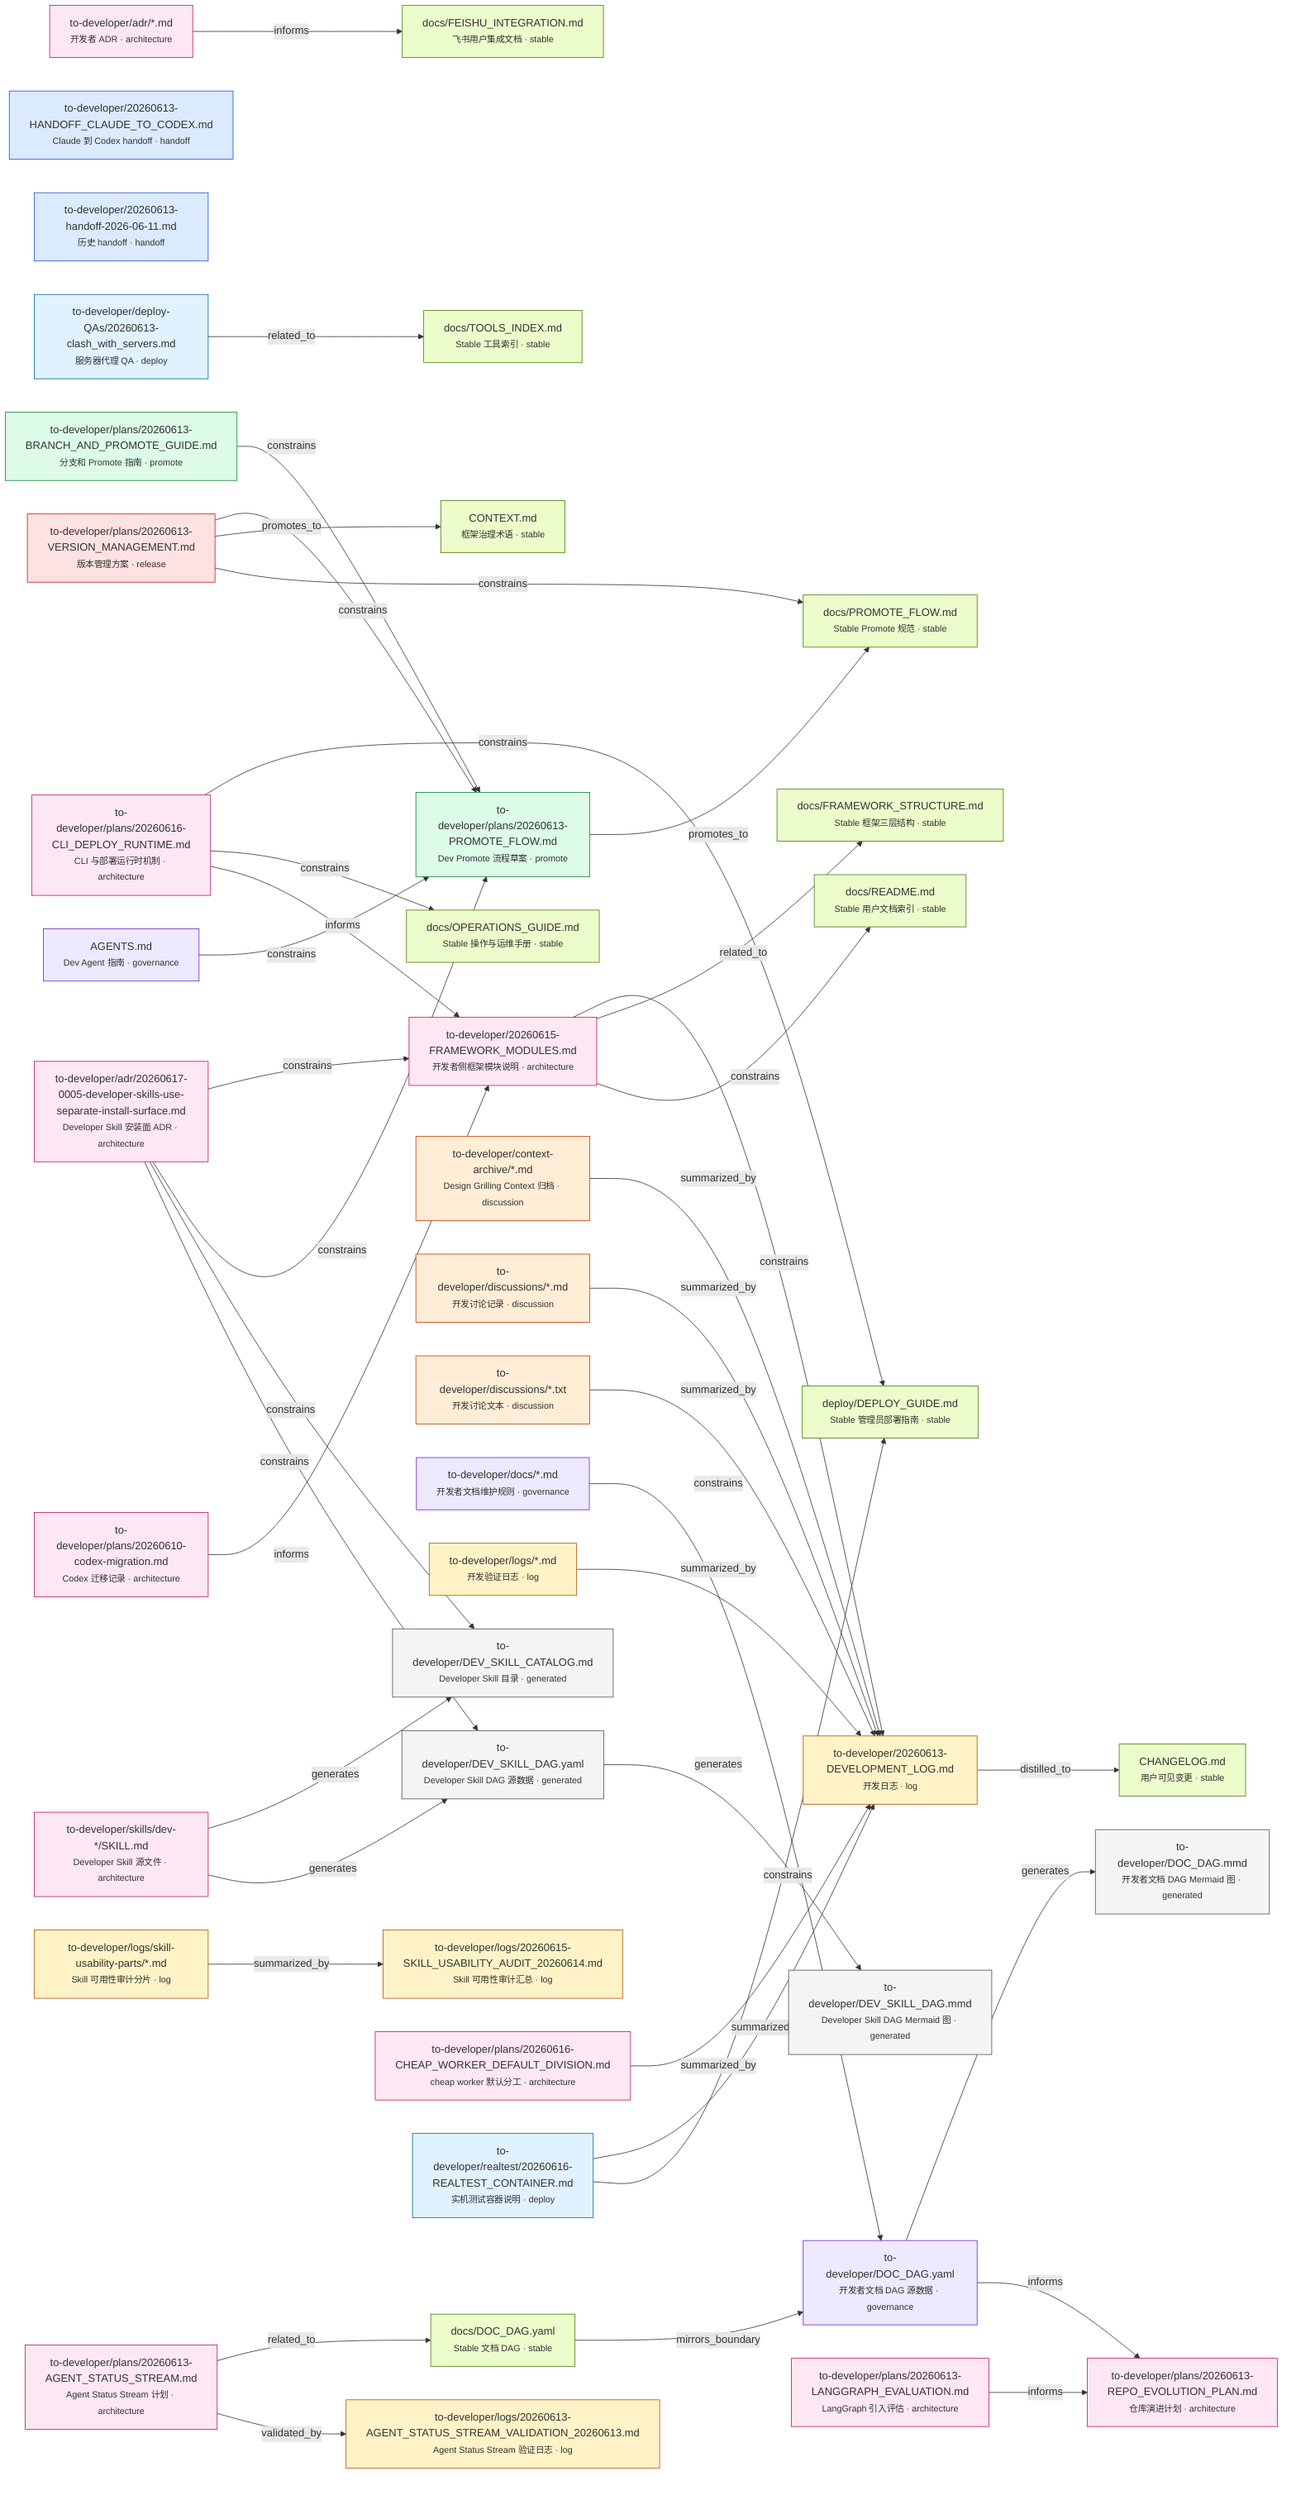
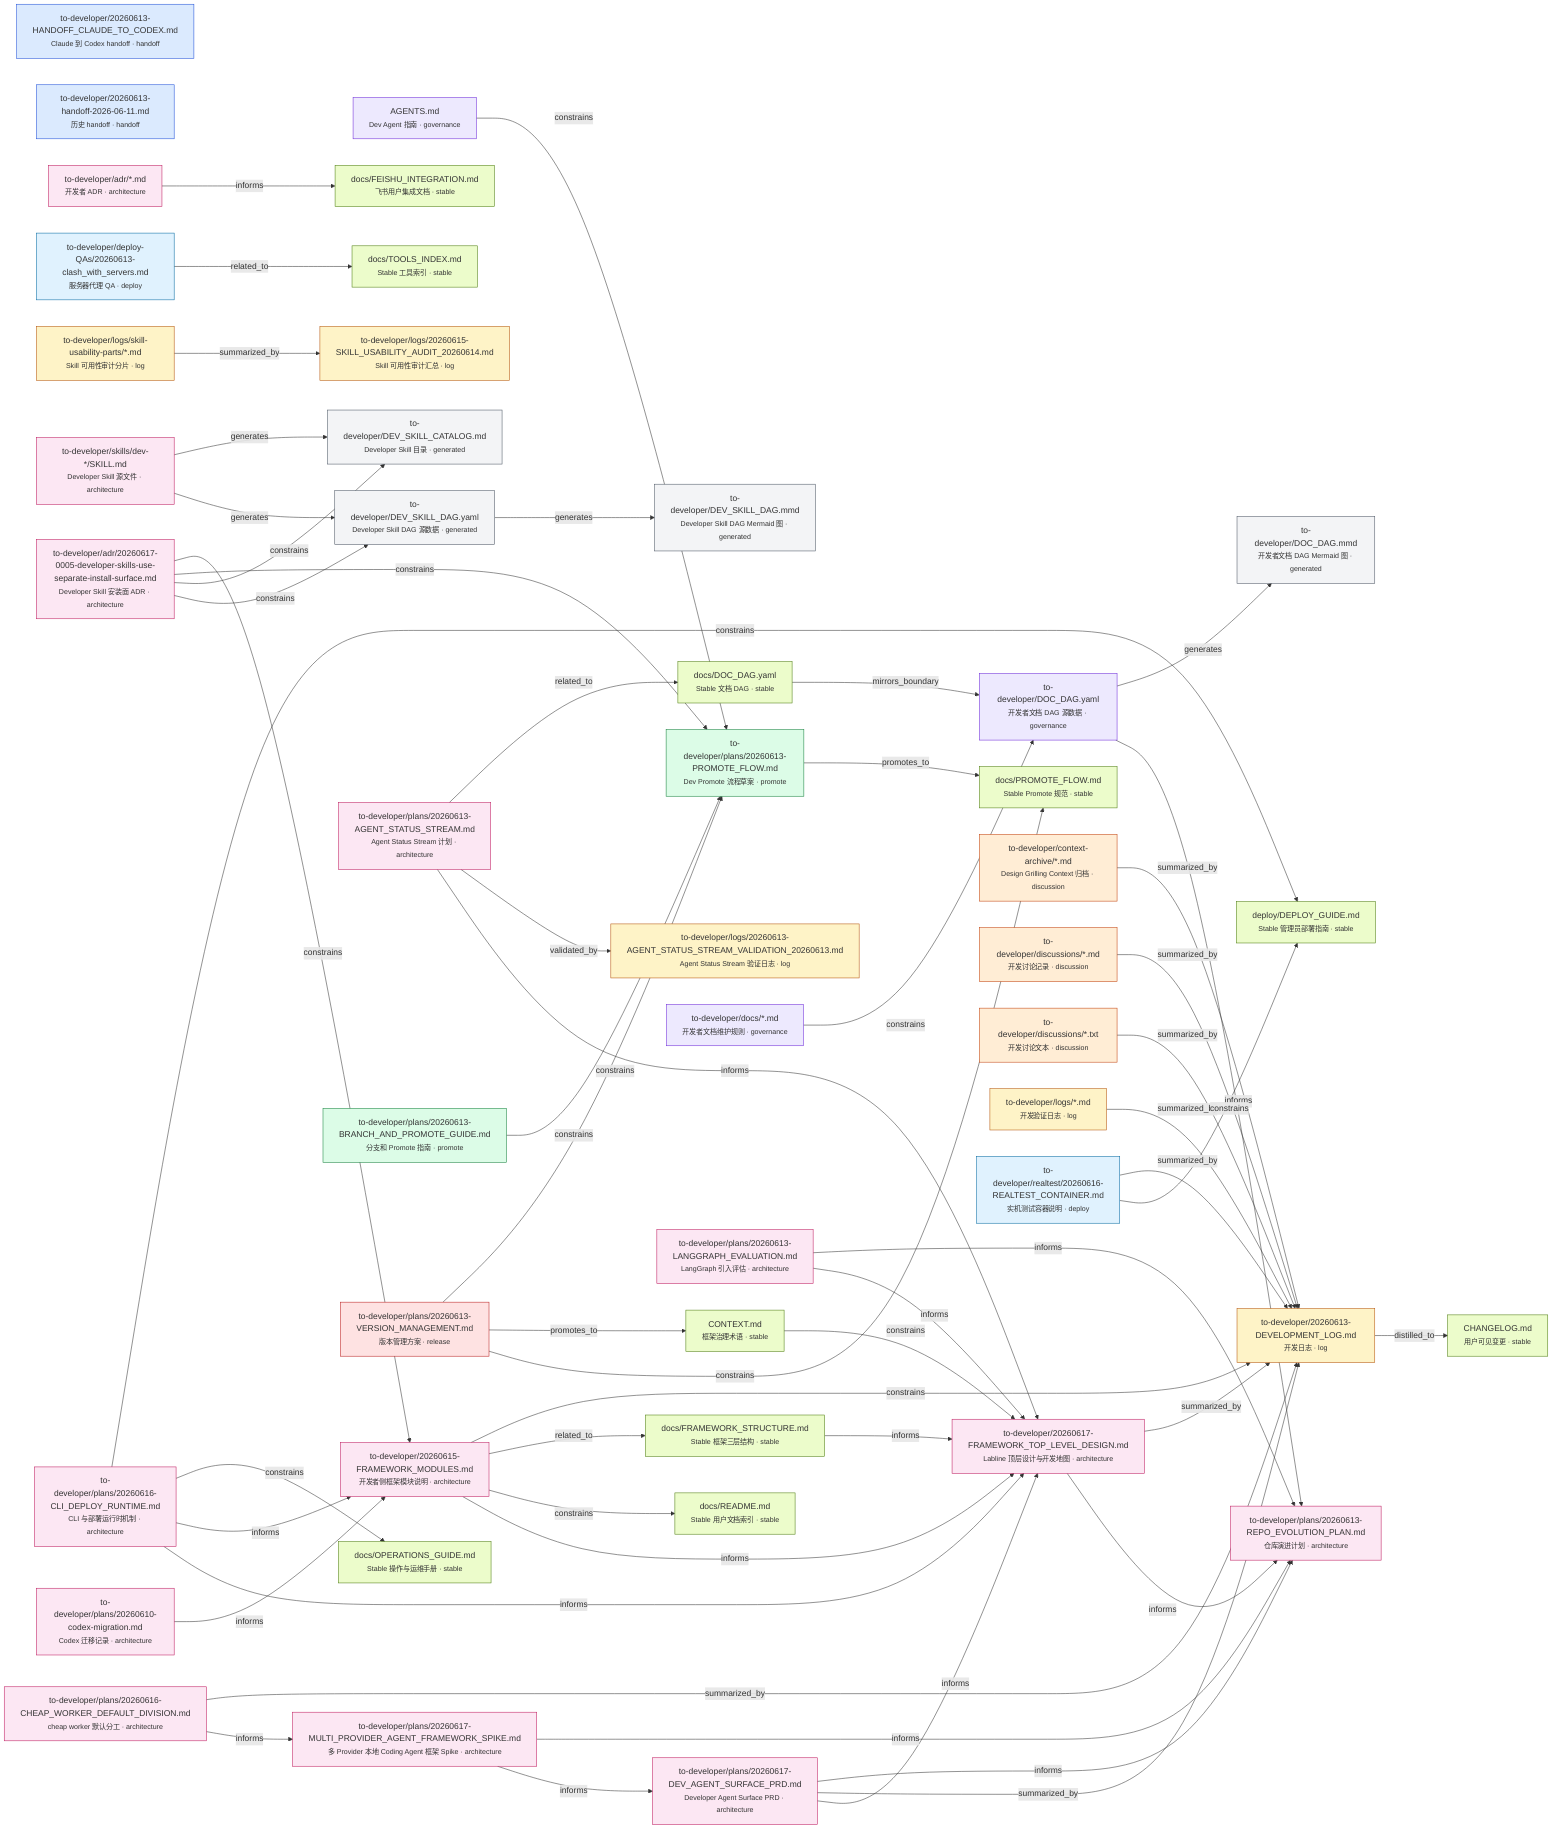
graph LR
    %% Generated from to-developer/DOC_DAG.yaml by tools/update_developer_docs.py
    AGENTS_md["AGENTS.md<br/><small>Dev Agent 指南 · governance</small>"]
    CHANGELOG_md["CHANGELOG.md<br/><small>用户可见变更 · stable</small>"]
    CONTEXT_md["CONTEXT.md<br/><small>框架治理术语 · stable</small>"]
    deploy_DEPLOY_GUIDE_md["deploy/DEPLOY_GUIDE.md<br/><small>Stable 管理员部署指南 · stable</small>"]
    docs_DOC_DAG_yaml["docs/DOC_DAG.yaml<br/><small>Stable 文档 DAG · stable</small>"]
    docs_FEISHU_INTEGRATION_md["docs/FEISHU_INTEGRATION.md<br/><small>飞书用户集成文档 · stable</small>"]
    docs_FRAMEWORK_STRUCTURE_md["docs/FRAMEWORK_STRUCTURE.md<br/><small>Stable 框架三层结构 · stable</small>"]
    docs_OPERATIONS_GUIDE_md["docs/OPERATIONS_GUIDE.md<br/><small>Stable 操作与运维手册 · stable</small>"]
    docs_PROMOTE_FLOW_md["docs/PROMOTE_FLOW.md<br/><small>Stable Promote 规范 · stable</small>"]
    docs_README_md["docs/README.md<br/><small>Stable 用户文档索引 · stable</small>"]
    docs_TOOLS_INDEX_md["docs/TOOLS_INDEX.md<br/><small>Stable 工具索引 · stable</small>"]
    to_developer_20260613_DEVELOPMENT_LOG_md["to-developer/20260613-DEVELOPMENT_LOG.md<br/><small>开发日志 · log</small>"]
    to_developer_20260613_HANDOFF_CLAUDE_TO_CODEX_md["to-developer/20260613-HANDOFF_CLAUDE_TO_CODEX.md<br/><small>Claude 到 Codex handoff · handoff</small>"]
    to_developer_20260613_handoff_2026_06_11_md["to-developer/20260613-handoff-2026-06-11.md<br/><small>历史 handoff · handoff</small>"]
    to_developer_20260615_FRAMEWORK_MODULES_md["to-developer/20260615-FRAMEWORK_MODULES.md<br/><small>开发者侧框架模块说明 · architecture</small>"]
+     to_developer_20260617_FRAMEWORK_TOP_LEVEL_DESIGN_md["to-developer/20260617-FRAMEWORK_TOP_LEVEL_DESIGN.md<br/><small>Labline 顶层设计与开发地图 · architecture</small>"]
    to_developer_DEV_SKILL_CATALOG_md["to-developer/DEV_SKILL_CATALOG.md<br/><small>Developer Skill 目录 · generated</small>"]
    to_developer_DEV_SKILL_DAG_mmd["to-developer/DEV_SKILL_DAG.mmd<br/><small>Developer Skill DAG Mermaid 图 · generated</small>"]
    to_developer_DEV_SKILL_DAG_yaml["to-developer/DEV_SKILL_DAG.yaml<br/><small>Developer Skill DAG 源数据 · generated</small>"]
    to_developer_DOC_DAG_mmd["to-developer/DOC_DAG.mmd<br/><small>开发者文档 DAG Mermaid 图 · generated</small>"]
    to_developer_DOC_DAG_yaml["to-developer/DOC_DAG.yaml<br/><small>开发者文档 DAG 源数据 · governance</small>"]
    to_developer_adr___md["to-developer/adr/*.md<br/><small>开发者 ADR · architecture</small>"]
    to_developer_adr_20260617_0005_developer_skills_use_separate_install_surface_md["to-developer/adr/20260617-0005-developer-skills-use-separate-install-surface.md<br/><small>Developer Skill 安装面 ADR · architecture</small>"]
    to_developer_context_archive___md["to-developer/context-archive/*.md<br/><small>Design Grilling Context 归档 · discussion</small>"]
    to_developer_deploy_QAs_20260613_clash_with_servers_md["to-developer/deploy-QAs/20260613-clash_with_servers.md<br/><small>服务器代理 QA · deploy</small>"]
    to_developer_discussions___md["to-developer/discussions/*.md<br/><small>开发讨论记录 · discussion</small>"]
    to_developer_discussions___txt["to-developer/discussions/*.txt<br/><small>开发讨论文本 · discussion</small>"]
    to_developer_docs___md["to-developer/docs/*.md<br/><small>开发者文档维护规则 · governance</small>"]
    to_developer_logs___md["to-developer/logs/*.md<br/><small>开发验证日志 · log</small>"]
    to_developer_logs_20260613_AGENT_STATUS_STREAM_VALIDATION_20260613_md["to-developer/logs/20260613-AGENT_STATUS_STREAM_VALIDATION_20260613.md<br/><small>Agent Status Stream 验证日志 · log</small>"]
    to_developer_logs_20260615_SKILL_USABILITY_AUDIT_20260614_md["to-developer/logs/20260615-SKILL_USABILITY_AUDIT_20260614.md<br/><small>Skill 可用性审计汇总 · log</small>"]
    to_developer_logs_skill_usability_parts___md["to-developer/logs/skill-usability-parts/*.md<br/><small>Skill 可用性审计分片 · log</small>"]
    to_developer_plans_20260610_codex_migration_md["to-developer/plans/20260610-codex-migration.md<br/><small>Codex 迁移记录 · architecture</small>"]
    to_developer_plans_20260613_AGENT_STATUS_STREAM_md["to-developer/plans/20260613-AGENT_STATUS_STREAM.md<br/><small>Agent Status Stream 计划 · architecture</small>"]
    to_developer_plans_20260613_BRANCH_AND_PROMOTE_GUIDE_md["to-developer/plans/20260613-BRANCH_AND_PROMOTE_GUIDE.md<br/><small>分支和 Promote 指南 · promote</small>"]
    to_developer_plans_20260613_LANGGRAPH_EVALUATION_md["to-developer/plans/20260613-LANGGRAPH_EVALUATION.md<br/><small>LangGraph 引入评估 · architecture</small>"]
    to_developer_plans_20260613_PROMOTE_FLOW_md["to-developer/plans/20260613-PROMOTE_FLOW.md<br/><small>Dev Promote 流程草案 · promote</small>"]
    to_developer_plans_20260613_REPO_EVOLUTION_PLAN_md["to-developer/plans/20260613-REPO_EVOLUTION_PLAN.md<br/><small>仓库演进计划 · architecture</small>"]
    to_developer_plans_20260613_VERSION_MANAGEMENT_md["to-developer/plans/20260613-VERSION_MANAGEMENT.md<br/><small>版本管理方案 · release</small>"]
    to_developer_plans_20260616_CHEAP_WORKER_DEFAULT_DIVISION_md["to-developer/plans/20260616-CHEAP_WORKER_DEFAULT_DIVISION.md<br/><small>cheap worker 默认分工 · architecture</small>"]
    to_developer_plans_20260616_CLI_DEPLOY_RUNTIME_md["to-developer/plans/20260616-CLI_DEPLOY_RUNTIME.md<br/><small>CLI 与部署运行时机制 · architecture</small>"]
+     to_developer_plans_20260617_DEV_AGENT_SURFACE_PRD_md["to-developer/plans/20260617-DEV_AGENT_SURFACE_PRD.md<br/><small>Developer Agent Surface PRD · architecture</small>"]
+     to_developer_plans_20260617_MULTI_PROVIDER_AGENT_FRAMEWORK_SPIKE_md["to-developer/plans/20260617-MULTI_PROVIDER_AGENT_FRAMEWORK_SPIKE.md<br/><small>多 Provider 本地 Coding Agent 框架 Spike · architecture</small>"]
    to_developer_realtest_20260616_REALTEST_CONTAINER_md["to-developer/realtest/20260616-REALTEST_CONTAINER.md<br/><small>实机测试容器说明 · deploy</small>"]
    to_developer_skills_dev___SKILL_md["to-developer/skills/dev-*/SKILL.md<br/><small>Developer Skill 源文件 · architecture</small>"]

    to_developer_DOC_DAG_yaml -- "generates" --> to_developer_DOC_DAG_mmd
    to_developer_DOC_DAG_yaml -- "informs" --> to_developer_plans_20260613_REPO_EVOLUTION_PLAN_md
    to_developer_20260615_FRAMEWORK_MODULES_md -- "constrains" --> to_developer_20260613_DEVELOPMENT_LOG_md
    to_developer_20260615_FRAMEWORK_MODULES_md -- "related_to" --> docs_FRAMEWORK_STRUCTURE_md
    to_developer_20260615_FRAMEWORK_MODULES_md -- "constrains" --> docs_README_md
+     CONTEXT_md -- "constrains" --> to_developer_20260617_FRAMEWORK_TOP_LEVEL_DESIGN_md
+     to_developer_20260615_FRAMEWORK_MODULES_md -- "informs" --> to_developer_20260617_FRAMEWORK_TOP_LEVEL_DESIGN_md
+     docs_FRAMEWORK_STRUCTURE_md -- "informs" --> to_developer_20260617_FRAMEWORK_TOP_LEVEL_DESIGN_md
+     to_developer_20260617_FRAMEWORK_TOP_LEVEL_DESIGN_md -- "summarized_by" --> to_developer_20260613_DEVELOPMENT_LOG_md
+     to_developer_20260617_FRAMEWORK_TOP_LEVEL_DESIGN_md -- "informs" --> to_developer_plans_20260613_REPO_EVOLUTION_PLAN_md
    to_developer_docs___md -- "constrains" --> to_developer_DOC_DAG_yaml
    to_developer_plans_20260613_BRANCH_AND_PROMOTE_GUIDE_md -- "constrains" --> to_developer_plans_20260613_PROMOTE_FLOW_md
    to_developer_plans_20260613_VERSION_MANAGEMENT_md -- "constrains" --> to_developer_plans_20260613_PROMOTE_FLOW_md
    to_developer_plans_20260613_PROMOTE_FLOW_md -- "promotes_to" --> docs_PROMOTE_FLOW_md
    to_developer_plans_20260613_VERSION_MANAGEMENT_md -- "promotes_to" --> CONTEXT_md
    to_developer_plans_20260613_VERSION_MANAGEMENT_md -- "constrains" --> docs_PROMOTE_FLOW_md
    to_developer_plans_20260613_AGENT_STATUS_STREAM_md -- "related_to" --> docs_DOC_DAG_yaml
    to_developer_plans_20260613_AGENT_STATUS_STREAM_md -- "validated_by" --> to_developer_logs_20260613_AGENT_STATUS_STREAM_VALIDATION_20260613_md
+     to_developer_plans_20260613_AGENT_STATUS_STREAM_md -- "informs" --> to_developer_20260617_FRAMEWORK_TOP_LEVEL_DESIGN_md
    to_developer_plans_20260613_LANGGRAPH_EVALUATION_md -- "informs" --> to_developer_plans_20260613_REPO_EVOLUTION_PLAN_md
+     to_developer_plans_20260613_LANGGRAPH_EVALUATION_md -- "informs" --> to_developer_20260617_FRAMEWORK_TOP_LEVEL_DESIGN_md
    to_developer_plans_20260610_codex_migration_md -- "informs" --> to_developer_20260615_FRAMEWORK_MODULES_md
    to_developer_plans_20260616_CLI_DEPLOY_RUNTIME_md -- "constrains" --> deploy_DEPLOY_GUIDE_md
    to_developer_plans_20260616_CLI_DEPLOY_RUNTIME_md -- "constrains" --> docs_OPERATIONS_GUIDE_md
    to_developer_plans_20260616_CLI_DEPLOY_RUNTIME_md -- "informs" --> to_developer_20260615_FRAMEWORK_MODULES_md
+     to_developer_plans_20260616_CLI_DEPLOY_RUNTIME_md -- "informs" --> to_developer_20260617_FRAMEWORK_TOP_LEVEL_DESIGN_md
    to_developer_plans_20260616_CHEAP_WORKER_DEFAULT_DIVISION_md -- "summarized_by" --> to_developer_20260613_DEVELOPMENT_LOG_md
+     to_developer_plans_20260616_CHEAP_WORKER_DEFAULT_DIVISION_md -- "informs" --> to_developer_plans_20260617_MULTI_PROVIDER_AGENT_FRAMEWORK_SPIKE_md
+     to_developer_plans_20260617_MULTI_PROVIDER_AGENT_FRAMEWORK_SPIKE_md -- "informs" --> to_developer_plans_20260613_REPO_EVOLUTION_PLAN_md
+     to_developer_plans_20260617_MULTI_PROVIDER_AGENT_FRAMEWORK_SPIKE_md -- "informs" --> to_developer_plans_20260617_DEV_AGENT_SURFACE_PRD_md
+     to_developer_plans_20260617_DEV_AGENT_SURFACE_PRD_md -- "informs" --> to_developer_plans_20260613_REPO_EVOLUTION_PLAN_md
+     to_developer_plans_20260617_DEV_AGENT_SURFACE_PRD_md -- "summarized_by" --> to_developer_20260613_DEVELOPMENT_LOG_md
+     to_developer_plans_20260617_DEV_AGENT_SURFACE_PRD_md -- "informs" --> to_developer_20260617_FRAMEWORK_TOP_LEVEL_DESIGN_md
    to_developer_adr___md -- "informs" --> docs_FEISHU_INTEGRATION_md
    to_developer_adr_20260617_0005_developer_skills_use_separate_install_surface_md -- "constrains" --> to_developer_20260615_FRAMEWORK_MODULES_md
    to_developer_adr_20260617_0005_developer_skills_use_separate_install_surface_md -- "constrains" --> to_developer_plans_20260613_PROMOTE_FLOW_md
    to_developer_adr_20260617_0005_developer_skills_use_separate_install_surface_md -- "constrains" --> to_developer_DEV_SKILL_CATALOG_md
    to_developer_skills_dev___SKILL_md -- "generates" --> to_developer_DEV_SKILL_CATALOG_md
    to_developer_skills_dev___SKILL_md -- "generates" --> to_developer_DEV_SKILL_DAG_yaml
    to_developer_adr_20260617_0005_developer_skills_use_separate_install_surface_md -- "constrains" --> to_developer_DEV_SKILL_DAG_yaml
    to_developer_DEV_SKILL_DAG_yaml -- "generates" --> to_developer_DEV_SKILL_DAG_mmd
    to_developer_logs___md -- "summarized_by" --> to_developer_20260613_DEVELOPMENT_LOG_md
    to_developer_logs_skill_usability_parts___md -- "summarized_by" --> to_developer_logs_20260615_SKILL_USABILITY_AUDIT_20260614_md
    to_developer_20260613_DEVELOPMENT_LOG_md -- "distilled_to" --> CHANGELOG_md
    to_developer_discussions___md -- "summarized_by" --> to_developer_20260613_DEVELOPMENT_LOG_md
    to_developer_discussions___txt -- "summarized_by" --> to_developer_20260613_DEVELOPMENT_LOG_md
    to_developer_context_archive___md -- "summarized_by" --> to_developer_20260613_DEVELOPMENT_LOG_md
    to_developer_deploy_QAs_20260613_clash_with_servers_md -- "related_to" --> docs_TOOLS_INDEX_md
    to_developer_realtest_20260616_REALTEST_CONTAINER_md -- "summarized_by" --> to_developer_20260613_DEVELOPMENT_LOG_md
    to_developer_realtest_20260616_REALTEST_CONTAINER_md -- "constrains" --> deploy_DEPLOY_GUIDE_md
    AGENTS_md -- "constrains" --> to_developer_plans_20260613_PROMOTE_FLOW_md
    docs_DOC_DAG_yaml -- "mirrors_boundary" --> to_developer_DOC_DAG_yaml

    classDef governance fill:#ede9fe,stroke:#6d28d9
    classDef generated fill:#f3f4f6,stroke:#4b5563
    classDef log fill:#fef3c7,stroke:#b45309
    classDef handoff fill:#dbeafe,stroke:#1d4ed8
    classDef promote fill:#dcfce7,stroke:#15803d
    classDef release fill:#fee2e2,stroke:#b91c1c
    classDef architecture fill:#fce7f3,stroke:#be185d
    classDef deploy fill:#e0f2fe,stroke:#0369a1
    classDef discussion fill:#ffedd5,stroke:#c2410c
    classDef stable fill:#ecfccb,stroke:#4d7c0f
-     class to_developer_20260615_FRAMEWORK_MODULES_md,to_developer_adr_20260617_0005_developer_skills_use_separate_install_surface_md,to_developer_adr___md,to_developer_plans_20260610_codex_migration_md,to_developer_plans_20260613_AGENT_STATUS_STREAM_md,to_developer_plans_20260613_LANGGRAPH_EVALUATION_md,to_developer_plans_20260613_REPO_EVOLUTION_PLAN_md,to_developer_plans_20260616_CHEAP_WORKER_DEFAULT_DIVISION_md,to_developer_plans_20260616_CLI_DEPLOY_RUNTIME_md,to_developer_skills_dev___SKILL_md architecture
+     class to_developer_20260615_FRAMEWORK_MODULES_md,to_developer_20260617_FRAMEWORK_TOP_LEVEL_DESIGN_md,to_developer_adr_20260617_0005_developer_skills_use_separate_install_surface_md,to_developer_adr___md,to_developer_plans_20260610_codex_migration_md,to_developer_plans_20260613_AGENT_STATUS_STREAM_md,to_developer_plans_20260613_LANGGRAPH_EVALUATION_md,to_developer_plans_20260613_REPO_EVOLUTION_PLAN_md,to_developer_plans_20260616_CHEAP_WORKER_DEFAULT_DIVISION_md,to_developer_plans_20260616_CLI_DEPLOY_RUNTIME_md,to_developer_plans_20260617_DEV_AGENT_SURFACE_PRD_md,to_developer_plans_20260617_MULTI_PROVIDER_AGENT_FRAMEWORK_SPIKE_md,to_developer_skills_dev___SKILL_md architecture
    class to_developer_deploy_QAs_20260613_clash_with_servers_md,to_developer_realtest_20260616_REALTEST_CONTAINER_md deploy
    class to_developer_context_archive___md,to_developer_discussions___md,to_developer_discussions___txt discussion
    class to_developer_DEV_SKILL_CATALOG_md,to_developer_DEV_SKILL_DAG_mmd,to_developer_DEV_SKILL_DAG_yaml,to_developer_DOC_DAG_mmd generated
    class AGENTS_md,to_developer_DOC_DAG_yaml,to_developer_docs___md governance
    class to_developer_20260613_HANDOFF_CLAUDE_TO_CODEX_md,to_developer_20260613_handoff_2026_06_11_md handoff
    class to_developer_20260613_DEVELOPMENT_LOG_md,to_developer_logs_20260613_AGENT_STATUS_STREAM_VALIDATION_20260613_md,to_developer_logs_20260615_SKILL_USABILITY_AUDIT_20260614_md,to_developer_logs___md,to_developer_logs_skill_usability_parts___md log
    class to_developer_plans_20260613_BRANCH_AND_PROMOTE_GUIDE_md,to_developer_plans_20260613_PROMOTE_FLOW_md promote
    class to_developer_plans_20260613_VERSION_MANAGEMENT_md release
    class CHANGELOG_md,CONTEXT_md,deploy_DEPLOY_GUIDE_md,docs_DOC_DAG_yaml,docs_FEISHU_INTEGRATION_md,docs_FRAMEWORK_STRUCTURE_md,docs_OPERATIONS_GUIDE_md,docs_PROMOTE_FLOW_md,docs_README_md,docs_TOOLS_INDEX_md stable
